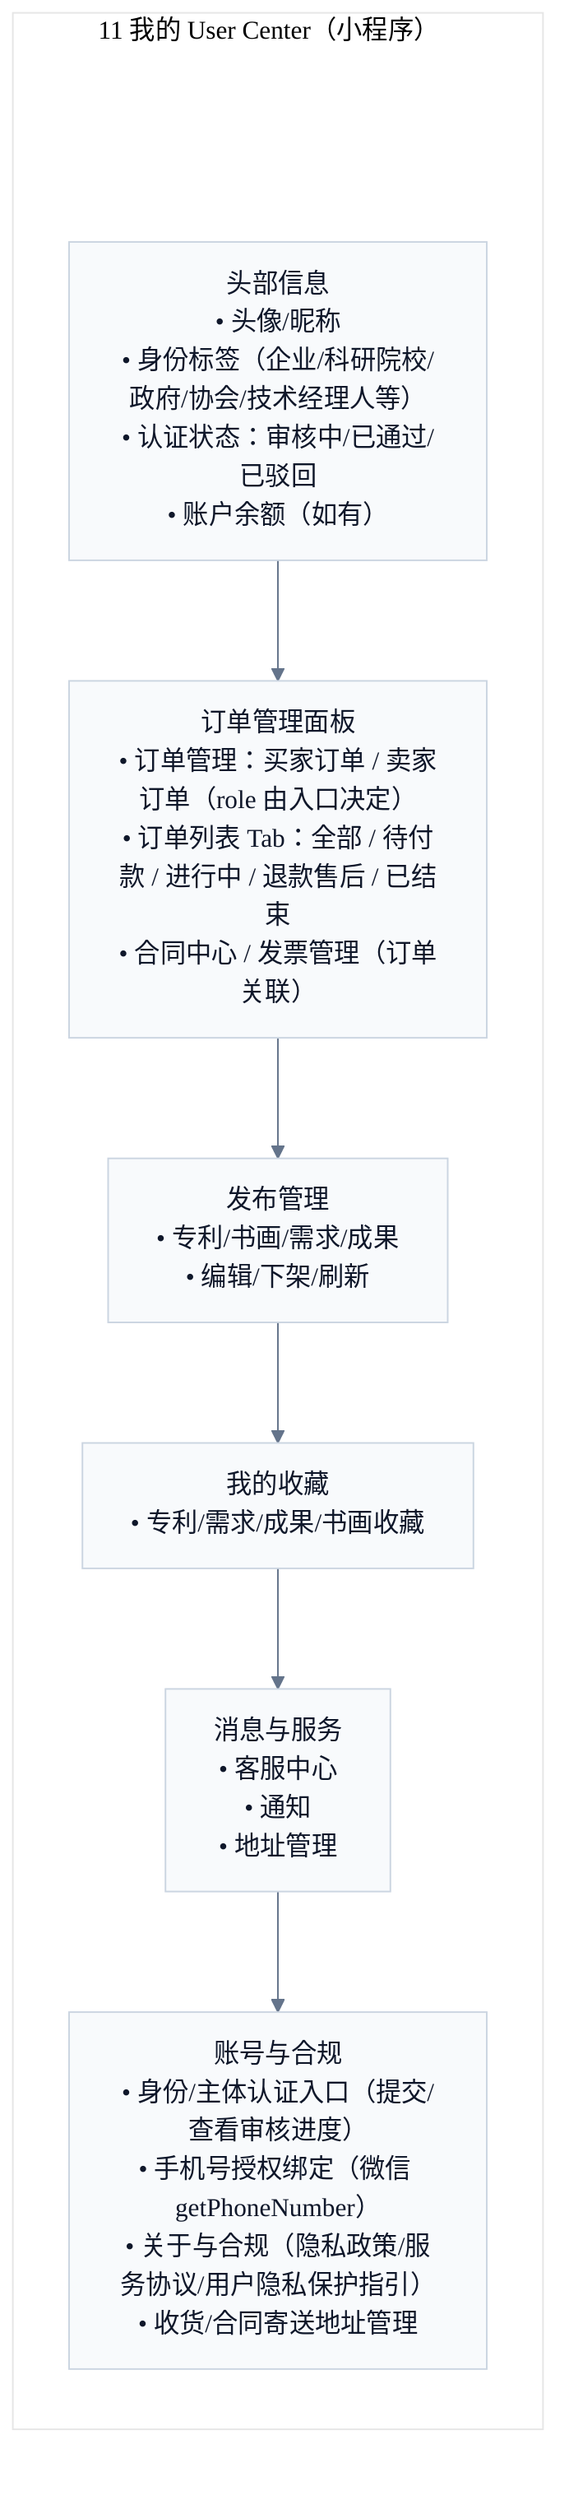
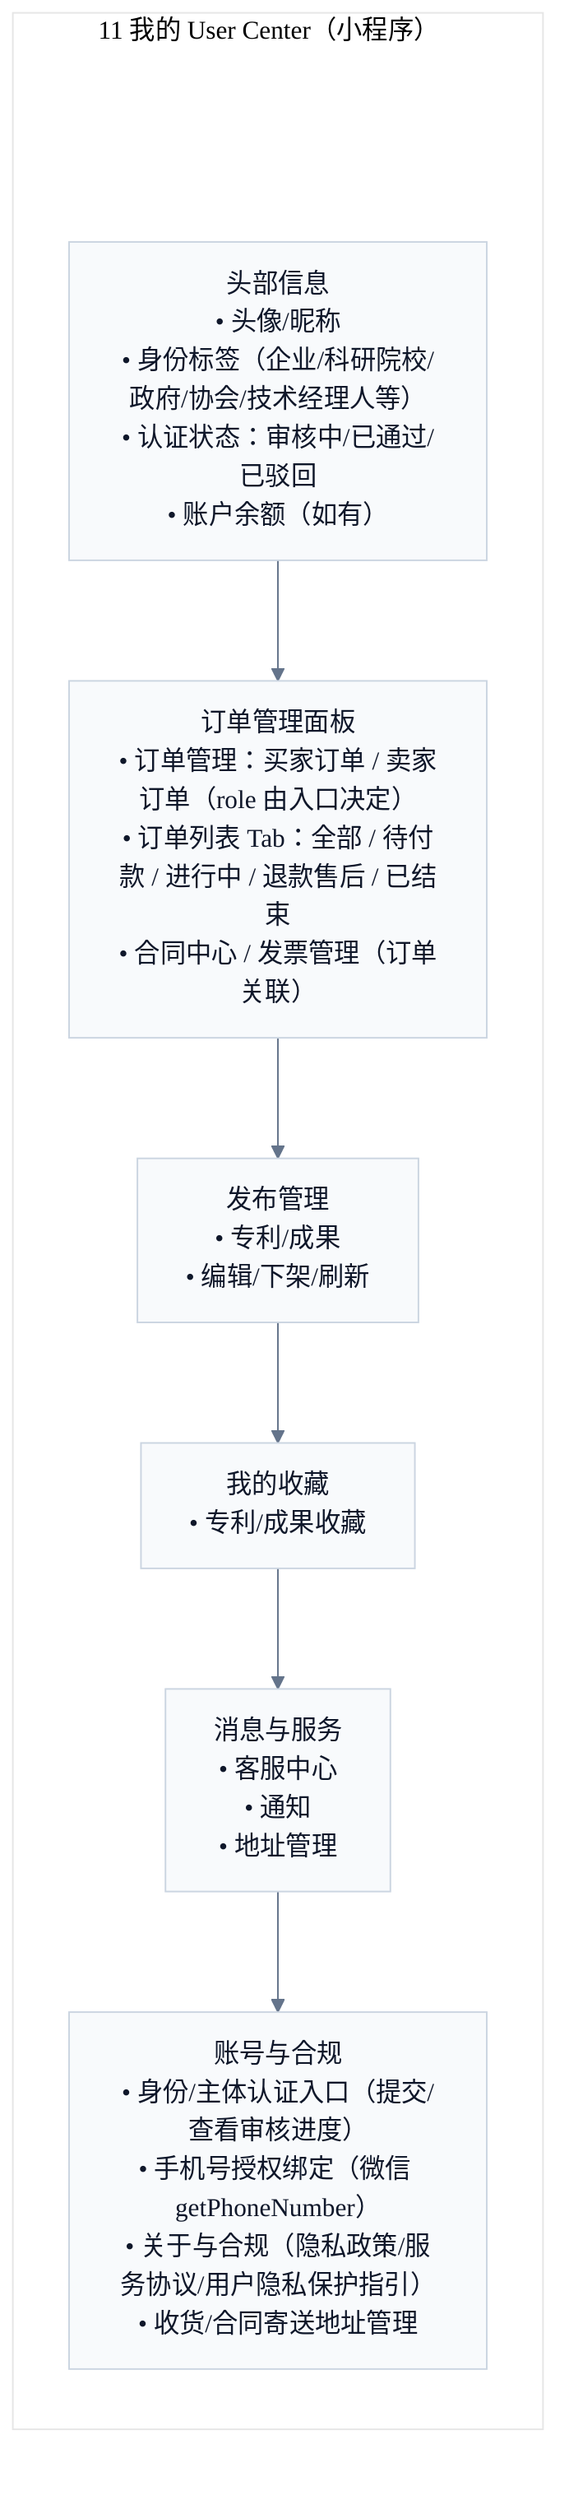
﻿%%{init: {'theme':'base','flowchart': {'htmlLabels': true},'themeVariables': {'fontFamily': 'Inter, Microsoft YaHei, sans-serif','lineColor':'#64748B','primaryTextColor':'#0F172A','primaryBorderColor':'#CBD5E1','primaryColor':'#F8FAFC'}}}%%
flowchart TB
  subgraph P["11 我的 User Center（小程序）"]
    direction TB
    Pad[" "]:::pad
    Header["头部信息<br/>• 头像/昵称<br/>• 身份标签（企业/科研院校/政府/协会/技术经理人等）<br/>• 认证状态：审核中/已通过/已驳回<br/>• 账户余额（如有）"]
    Orders["订单管理面板<br/>• 订单管理：买家订单 / 卖家订单（role 由入口决定）<br/>• 订单列表 Tab：全部 / 待付款 / 进行中 / 退款售后 / 已结束<br/>• 合同中心 / 发票管理（订单关联）"]
-     PublishMgmt["发布管理<br/>• 专利/书画/需求/成果<br/>• 编辑/下架/刷新"]
-     Favorites["我的收藏<br/>• 专利/需求/成果/书画收藏"]
+     PublishMgmt["发布管理<br/>• 专利/成果<br/>• 编辑/下架/刷新"]
+     Favorites["我的收藏<br/>• 专利/成果收藏"]
    Services["消息与服务<br/>• 客服中心<br/>• 通知<br/>• 地址管理"]
    Settings["账号与合规<br/>• 身份/主体认证入口（提交/查看审核进度）<br/>• 手机号授权绑定（微信 getPhoneNumber）<br/>• 关于与合规（隐私政策/服务协议/用户隐私保护指引）<br/>• 收货/合同寄送地址管理"]
    Pad --> Header
    Header --> Orders --> PublishMgmt --> Favorites --> Services --> Settings
  end

  classDef pad fill:transparent,stroke:transparent,color:transparent;
  linkStyle 0 stroke:transparent,fill:transparent;
